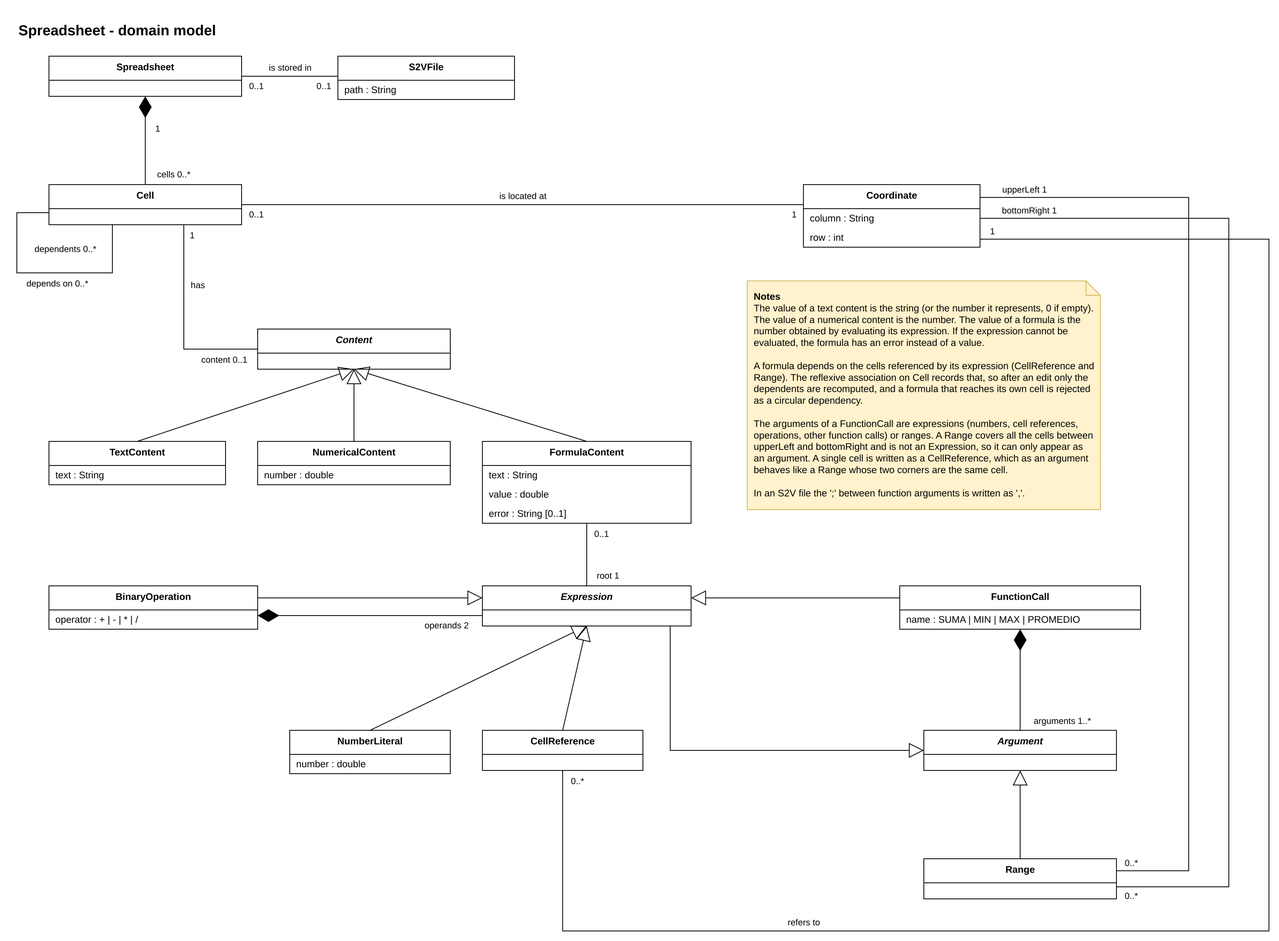
Earlier version of the draw.io export docs/domain-model.drawio.png (kamanfung-upc/softeng-project). Source tidied: cells renumbered, new cells last; positions are measured from the earlier drawing's top-left corner, leaving out a move shared by most shapes.
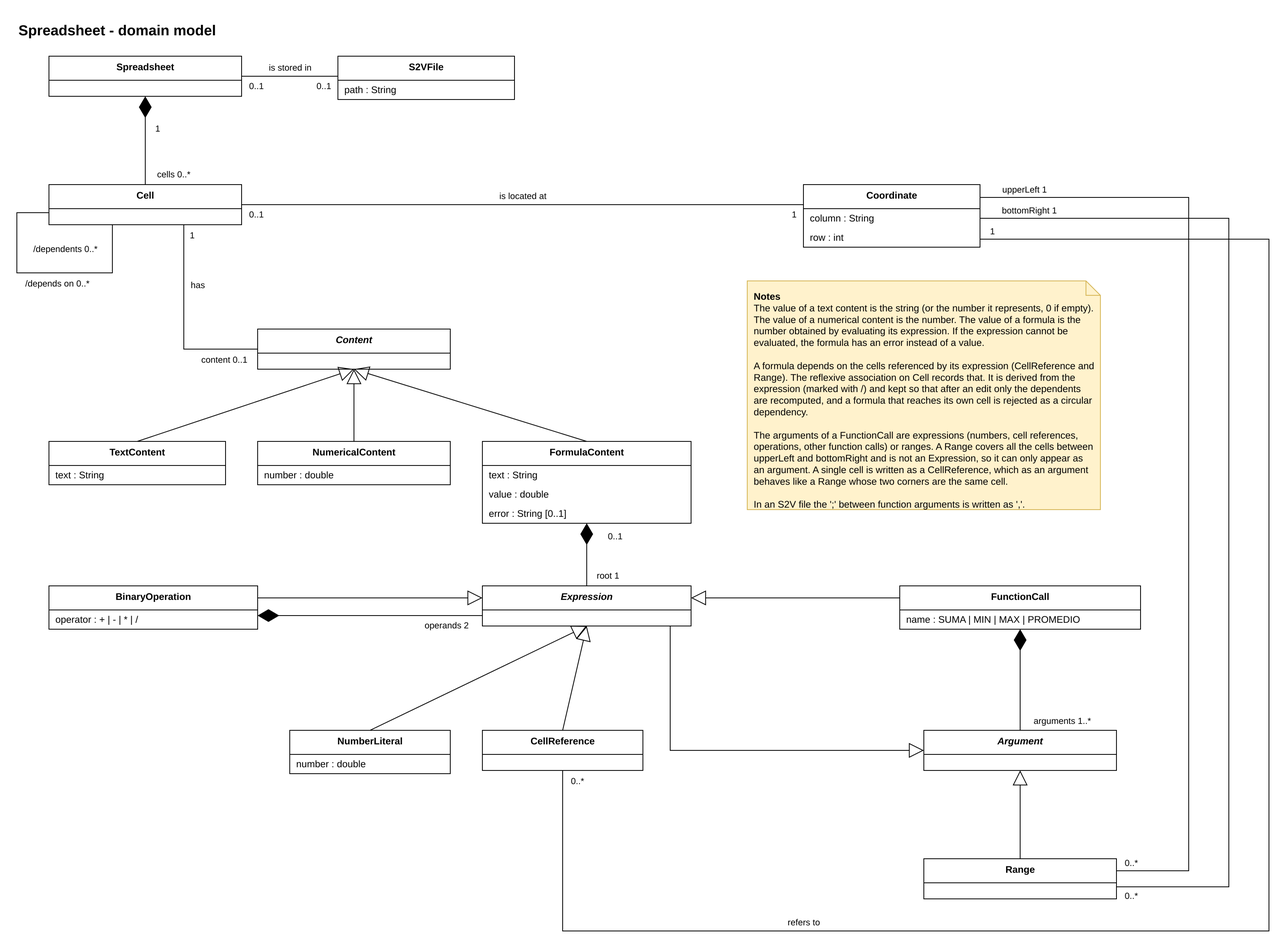
The same file after the commit.

Commit message:
docs: unify formula error rules in Process formula and fix diagram notation

What changed in the source:
```diff
@@ -141,10 +141,10 @@
         </Array>
       </mxGeometry>
     </mxCell>
-    <mxCell id="45" value="dependents 0..*" style="text;html=1;strokeColor=none;fillColor=none;align=center;verticalAlign=middle;fontSize=11;" parent="1" vertex="1">
+    <mxCell id="45" value="/dependents 0..*" style="text;html=1;strokeColor=none;fillColor=none;align=center;verticalAlign=middle;fontSize=11;" parent="1" vertex="1">
       <mxGeometry x="10" y="282" width="100" height="16" as="geometry" />
     </mxCell>
-    <mxCell id="46" value="depends on 0..*" style="text;html=1;strokeColor=none;fillColor=none;align=center;verticalAlign=middle;fontSize=11;" parent="1" vertex="1">
+    <mxCell id="46" value="/depends on 0..*" style="text;html=1;strokeColor=none;fillColor=none;align=center;verticalAlign=middle;fontSize=11;" parent="1" vertex="1">
       <mxGeometry y="325" width="100" height="16" as="geometry" />
     </mxCell>
     <mxCell id="47" style="endArrow=block;endFill=0;endSize=16;html=1;rounded=0;exitX=0.5;exitY=0.0;exitDx=0;exitDy=0;entryX=0.5;entryY=1.0;entryDx=0;entryDy=0;" parent="1" edge="1" source="11" target="10">
@@ -156,11 +156,11 @@
     <mxCell id="49" style="endArrow=block;endFill=0;endSize=16;html=1;rounded=0;exitX=0.5;exitY=0.0;exitDx=0;exitDy=0;entryX=0.5;entryY=1.0;entryDx=0;entryDy=0;" parent="1" edge="1" source="15" target="10">
       <mxGeometry relative="1" as="geometry" />
     </mxCell>
-    <mxCell id="50" style="endArrow=none;html=1;rounded=0;exitX=0.5;exitY=1.0;exitDx=0;exitDy=0;entryX=0.5;entryY=0.0;entryDx=0;entryDy=0;" parent="1" edge="1" source="15" target="19">
+    <mxCell id="50" style="endArrow=none;startArrow=diamondThin;startFill=1;startSize=24;html=1;rounded=0;exitX=0.5;exitY=1.0;exitDx=0;exitDy=0;entryX=0.5;entryY=0.0;entryDx=0;entryDy=0;" parent="1" edge="1" source="15" target="19">
       <mxGeometry relative="1" as="geometry" />
     </mxCell>
     <mxCell id="51" value="0..1" style="text;html=1;strokeColor=none;fillColor=none;align=center;verticalAlign=middle;fontSize=11;" parent="1" vertex="1">
-      <mxGeometry x="713" y="637" width="30" height="16" as="geometry" />
+      <mxGeometry x="730" y="640" width="30" height="16" as="geometry" />
     </mxCell>
     <mxCell id="52" value="root 1" style="text;html=1;strokeColor=none;fillColor=none;align=center;verticalAlign=middle;fontSize=11;" parent="1" vertex="1">
       <mxGeometry x="711" y="689" width="50" height="16" as="geometry" />
@@ -245,7 +245,7 @@
     <mxCell id="72" value="refers to" style="text;html=1;strokeColor=none;fillColor=none;align=center;verticalAlign=middle;fontSize=11;" parent="1" vertex="1">
       <mxGeometry x="945" y="1121" width="70" height="16" as="geometry" />
     </mxCell>
-    <mxCell id="73" value="&lt;b&gt;Notes&lt;/b&gt;&lt;br&gt;The value of a text content is the string (or the number it represents, 0 if empty). The value of a numerical content is the number. The value of a formula is the number obtained by evaluating its expression. If the expression cannot be evaluated, the formula has an error instead of a value.&lt;br&gt;&lt;br&gt;A formula depends on the cells referenced by its expression (CellReference and Range). The reflexive association on Cell records that, so after an edit only the dependents are recomputed, and a formula that reaches its own cell is rejected as a circular dependency.&lt;br&gt;&lt;br&gt;The arguments of a FunctionCall are expressions (numbers, cell references, operations, other function calls) or ranges. A Range covers all the cells between upperLeft and bottomRight and is not an Expression, so it can only appear as an argument. A single cell is written as a CellReference, which as an argument behaves like a Range whose two corners are the same cell.&lt;br&gt;&lt;br&gt;In an S2V file the ';' between function arguments is written as ','." style="shape=note;whiteSpace=wrap;html=1;align=left;verticalAlign=top;spacing=8;size=18;fillColor=#fff2cc;strokeColor=#d6b656;" parent="1" vertex="1">
+    <mxCell id="73" value="&lt;b&gt;Notes&lt;/b&gt;&lt;br&gt;The value of a text content is the string (or the number it represents, 0 if empty). The value of a numerical content is the number. The value of a formula is the number obtained by evaluating its expression. If the expression cannot be evaluated, the formula has an error instead of a value.&lt;br&gt;&lt;br&gt;A formula depends on the cells referenced by its expression (CellReference and Range). The reflexive association on Cell records that. It is derived from the expression (marked with /) and kept so that after an edit only the dependents are recomputed, and a formula that reaches its own cell is rejected as a circular dependency.&lt;br&gt;&lt;br&gt;The arguments of a FunctionCall are expressions (numbers, cell references, operations, other function calls) or ranges. A Range covers all the cells between upperLeft and bottomRight and is not an Expression, so it can only appear as an argument. A single cell is written as a CellReference, which as an argument behaves like a Range whose two corners are the same cell.&lt;br&gt;&lt;br&gt;In an S2V file the ';' between function arguments is written as ','." style="shape=note;whiteSpace=wrap;html=1;align=left;verticalAlign=top;spacing=8;size=18;fillColor=#fff2cc;strokeColor=#d6b656;" parent="1" vertex="1">
       <mxGeometry x="910" y="330" width="440" height="285" as="geometry" />
     </mxCell>
   </root>
```
